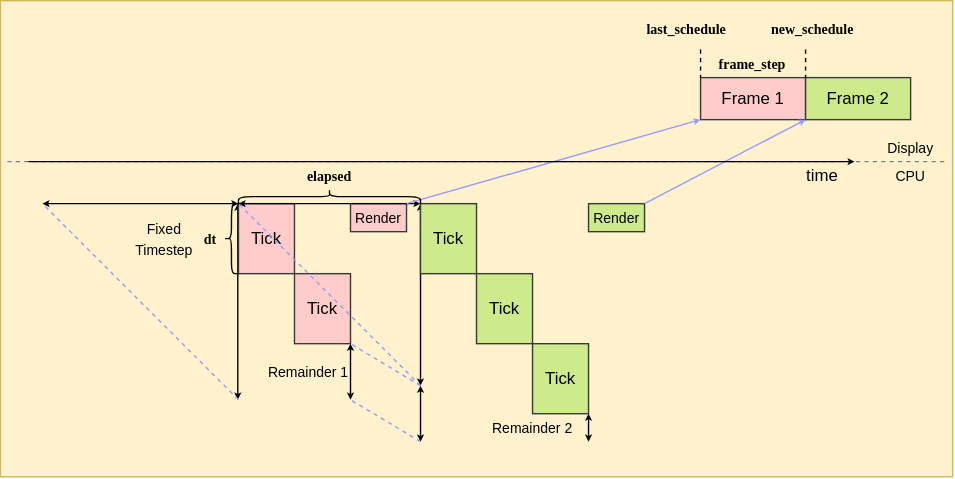
Above: content/posts/frame-pacing-2/resources/loop_1.svg in raylee9919/raylee9919.github.io (draw.io), before the change. Source tidied: cells renumbered, new cells last; positions are measured from the earlier drawing's top-left corner, leaving out a move shared by most shapes.
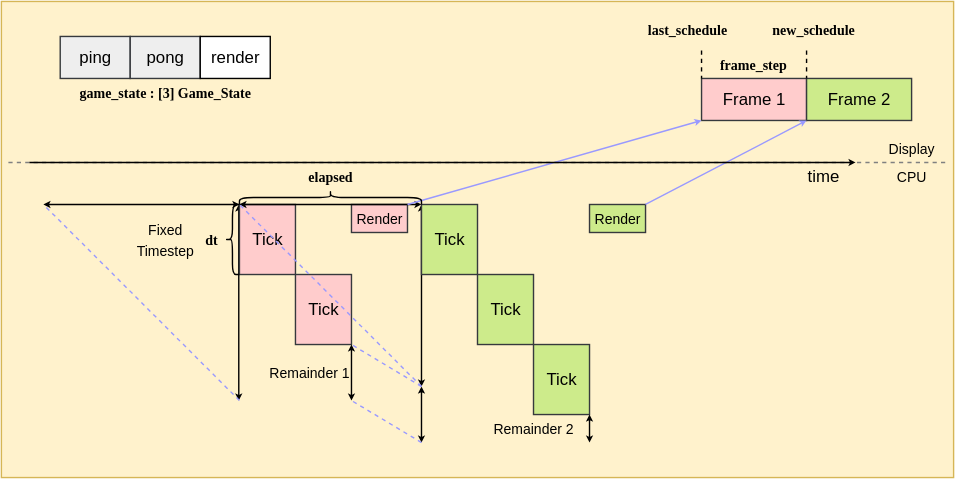
The same file after the commit.

The edit, as a diff of the source:
```diff
@@ -163,5 +163,26 @@
     <mxCell id="41" style="shape=curlyBracket;whiteSpace=wrap;html=1;rounded=1;labelPosition=left;verticalLabelPosition=middle;align=right;verticalAlign=middle;rotation=90;" parent="1" vertex="1">
       <mxGeometry x="230" y="75" width="10" height="130" as="geometry" />
     </mxCell>
+    <mxCell id="42" value="&lt;font face=&quot;consolas&quot;&gt;game_state : [3] Game_State&lt;/font&gt;" style="text;html=1;whiteSpace=wrap;strokeColor=none;fillColor=none;align=center;verticalAlign=middle;rounded=0;fontSize=10;fontStyle=1;" parent="1" vertex="1">
+      <mxGeometry x="22" y="55" width="190" height="20" as="geometry" />
+    </mxCell>
+    <mxCell id="43" style="rounded=0;whiteSpace=wrap;html=1;fillColor=#eeeeee;strokeColor=#36393d;" parent="1" vertex="1">
+      <mxGeometry x="42" y="25" width="50" height="30" as="geometry" />
+    </mxCell>
+    <mxCell id="44" style="rounded=0;whiteSpace=wrap;html=1;fillColor=#eeeeee;strokeColor=#36393d;" parent="1" vertex="1">
+      <mxGeometry x="92" y="25" width="50" height="30" as="geometry" />
+    </mxCell>
+    <mxCell id="45" style="rounded=0;whiteSpace=wrap;html=1;" parent="1" vertex="1">
+      <mxGeometry x="142" y="25" width="50" height="30" as="geometry" />
+    </mxCell>
+    <mxCell id="46" value="render" style="text;html=1;whiteSpace=wrap;strokeColor=none;fillColor=none;align=center;verticalAlign=middle;rounded=0;" parent="1" vertex="1">
+      <mxGeometry x="142" y="25" width="50" height="30" as="geometry" />
+    </mxCell>
+    <mxCell id="47" value="ping" style="text;html=1;whiteSpace=wrap;strokeColor=none;fillColor=none;align=center;verticalAlign=middle;rounded=0;" parent="1" vertex="1">
+      <mxGeometry x="42" y="25" width="50" height="30" as="geometry" />
+    </mxCell>
+    <mxCell id="48" value="pong" style="text;html=1;whiteSpace=wrap;strokeColor=none;fillColor=none;align=center;verticalAlign=middle;rounded=0;" parent="1" vertex="1">
+      <mxGeometry x="92" y="25" width="50" height="30" as="geometry" />
+    </mxCell>
   </root>
 </mxGraphModel>
```
